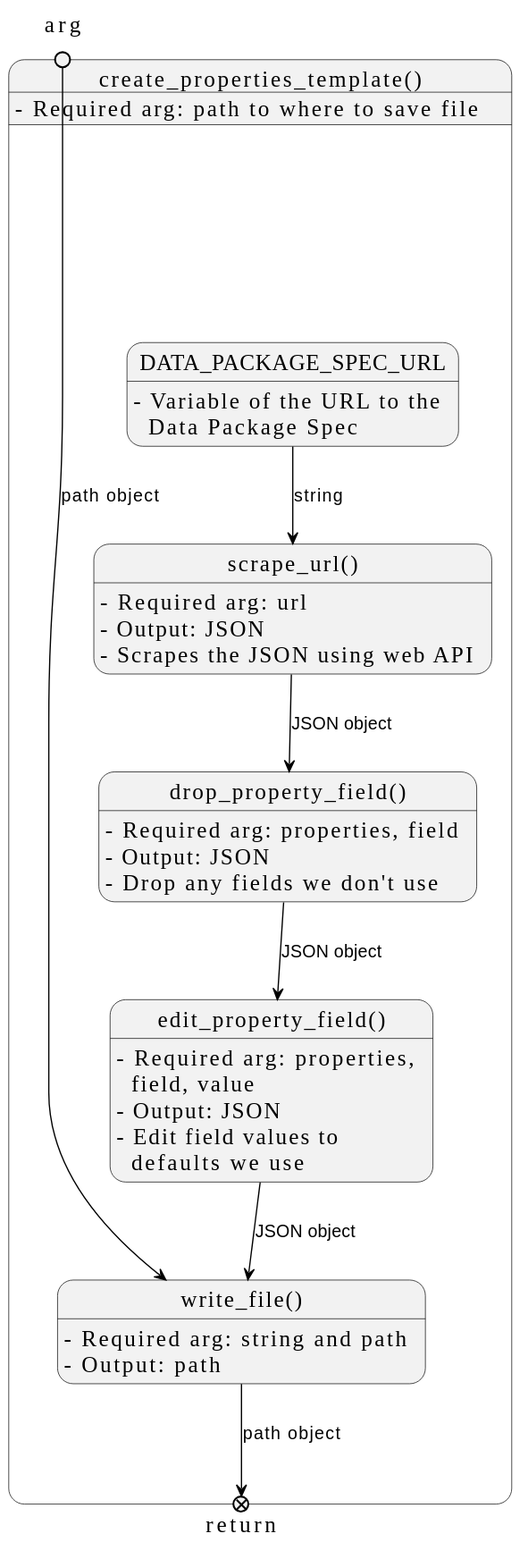
Above: docs/design/images/core-python-functions/create-properties-template.svg in seedcase-project/seedcase-sprout (PlantUML), before the change.
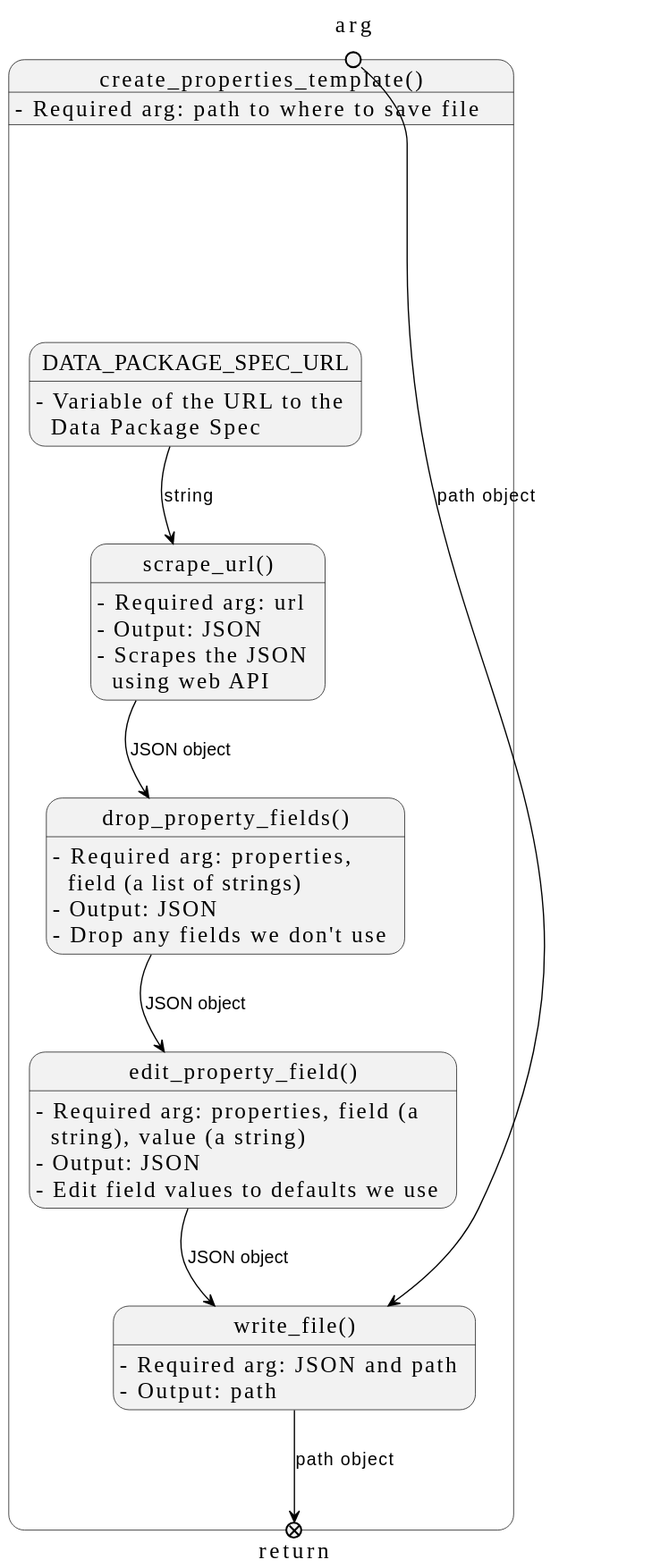
Later version of the same file.

Commit message:
docs: :building_construction: updates to diagram based on PR suggestions

Diff of the diagram source:
```diff
@@ -6,29 +6,31 @@
 
   state arg <<entryPoint>>
 
+  arg -[hidden]> url
+
   state "DATA_PACKAGE_SPEC_URL" as url
   url : - Variable of the URL to the\n  Data Package Spec
 
   state "scrape_url()" as su
   su : - Required arg: url
   su : - Output: JSON
-  su : - Scrapes the JSON using web API
+  su : - Scrapes the JSON\n  using web API
   url --> su : string
 
-  state "drop_property_field()" as dpf
-  dpf : - Required arg: properties, field
+  state "drop_property_fields()" as dpf
+  dpf : - Required arg: properties,\n  field (a list of strings)
   dpf : - Output: JSON
   dpf : - Drop any fields we don't use
   su --> dpf : JSON object
 
   state "edit_property_field()" as epf
-  epf : - Required arg: properties,\n  field, value
+  epf : - Required arg: properties, field (a\n  string), value (a string)
   epf : - Output: JSON
-  epf : - Edit field values to\n  defaults we use
+  epf : - Edit field values to defaults we use
   dpf --> epf : JSON object
 
   state "write_file()" as wf
-  wf : - Required arg: string and path
+  wf : - Required arg: JSON and path
   wf : - Output: path
   arg --> wf : path object
   epf --> wf : JSON object
```
